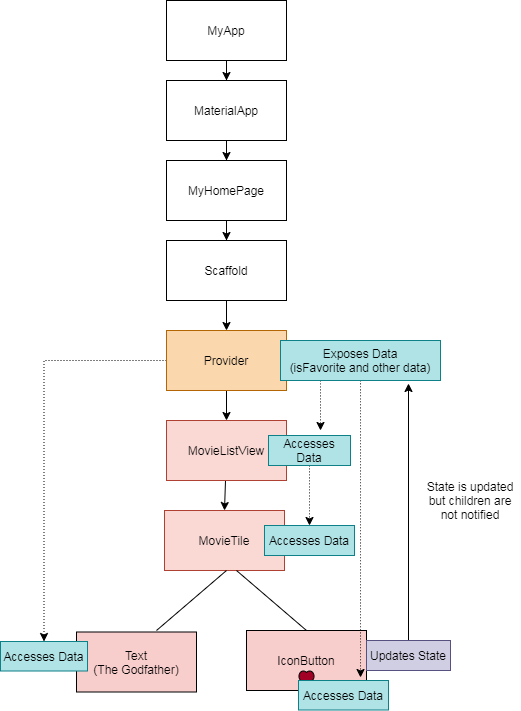
This is flutter/stmang15.png from walkingtree/images, a draw.io export, as it was before one commit. Source tidied: cells renumbered, new cells last; positions are measured from the earlier drawing's top-left corner, leaving out a move shared by most shapes. Source of this version:
```xml
<mxGraphModel>
  <root>
    <mxCell id="0" />
    <mxCell id="1" parent="0" />
    <mxCell id="2" style="edgeStyle=none;rounded=0;jettySize=auto;html=1;entryX=0.5;entryY=0;entryDx=0;entryDy=0;strokeWidth=1;" parent="1" edge="1" source="3" target="7">
      <mxGeometry relative="1" as="geometry" />
    </mxCell>
    <mxCell id="3" value="MovieListView" style="whiteSpace=wrap;html=1;sketch=0;comic=0;backgroundOutline=0;labelBackgroundColor=none;labelBorderColor=none;fillColor=#fad9d5;strokeColor=#ae4132;" parent="1" vertex="1">
      <mxGeometry x="166" y="420" width="120" height="60" as="geometry" />
    </mxCell>
    <mxCell id="4" value="Text&lt;br&gt;(The Godfather)" style="whiteSpace=wrap;html=1;fillColor=#f8cecc;sketch=0;comic=0;backgroundOutline=0;labelBackgroundColor=none;labelBorderColor=none;" parent="1" vertex="1">
      <mxGeometry x="76" y="631.5" width="120" height="60" as="geometry" />
    </mxCell>
    <mxCell id="5" value="IconButton&lt;br&gt;" style="whiteSpace=wrap;html=1;fillColor=#f8cecc;sketch=0;comic=0;backgroundOutline=0;labelBackgroundColor=none;labelBorderColor=none;" parent="1" vertex="1">
      <mxGeometry x="246" y="630" width="120" height="60" as="geometry" />
    </mxCell>
    <mxCell id="6" style="edgeStyle=orthogonalEdgeStyle;curved=1;rounded=0;jettySize=auto;html=1;exitX=0.5;exitY=0;exitDx=0;exitDy=0;dashed=1;dashPattern=1 2;strokeWidth=1;" parent="1" edge="1" source="7">
      <mxGeometry relative="1" as="geometry">
        <mxPoint x="224" y="510" as="targetPoint" />
      </mxGeometry>
    </mxCell>
    <mxCell id="7" value="MovieTile" style="whiteSpace=wrap;html=1;fillColor=#fad9d5;sketch=0;comic=0;backgroundOutline=0;labelBackgroundColor=none;labelBorderColor=none;strokeColor=#ae4132;" parent="1" vertex="1">
      <mxGeometry x="164" y="510" width="120" height="60" as="geometry" />
    </mxCell>
    <mxCell id="8" style="endArrow=none;html=1;sketch=0;comic=0;backgroundOutline=0;labelBackgroundColor=none;labelBorderColor=none;" parent="1" edge="1">
      <mxGeometry relative="1" as="geometry">
        <mxPoint x="156" y="630" as="sourcePoint" />
        <mxPoint x="226" y="570" as="targetPoint" />
      </mxGeometry>
    </mxCell>
    <mxCell id="9" style="endArrow=none;html=1;exitX=0.5;exitY=0;exitDx=0;exitDy=0;sketch=0;comic=0;backgroundOutline=0;labelBackgroundColor=none;labelBorderColor=none;" parent="1" edge="1" source="5">
      <mxGeometry relative="1" as="geometry">
        <mxPoint x="236" y="570" as="targetPoint" />
      </mxGeometry>
    </mxCell>
    <mxCell id="10" style="verticalLabelPosition=bottom;verticalAlign=top;html=1;shape=mxgraph.basic.heart;fillColor=#a20025;fontColor=#ffffff;sketch=0;comic=0;backgroundOutline=0;labelBackgroundColor=none;labelBorderColor=none;" parent="1" vertex="1">
      <mxGeometry x="298" y="670" width="16" height="17" as="geometry" />
    </mxCell>
    <mxCell id="11" value="Accesses Data" style="rounded=0;whiteSpace=wrap;html=1;labelBackgroundColor=none;strokeColor=#0e8088;fillColor=#b0e3e6;" parent="1" vertex="1">
      <mxGeometry y="641" width="87" height="29.5" as="geometry" />
    </mxCell>
    <mxCell id="12" style="edgeStyle=orthogonalEdgeStyle;rounded=0;jettySize=auto;html=1;entryX=0.5;entryY=0;entryDx=0;entryDy=0;" parent="1" edge="1" source="13" target="15">
      <mxGeometry relative="1" as="geometry" />
    </mxCell>
    <mxCell id="13" value="MyApp" style="rounded=0;whiteSpace=wrap;html=1;" parent="1" vertex="1">
      <mxGeometry x="166" width="120" height="60" as="geometry" />
    </mxCell>
    <mxCell id="14" style="edgeStyle=orthogonalEdgeStyle;rounded=0;jettySize=auto;html=1;entryX=0.5;entryY=0;entryDx=0;entryDy=0;" parent="1" edge="1" source="15" target="17">
      <mxGeometry relative="1" as="geometry" />
    </mxCell>
    <mxCell id="15" value="MaterialApp" style="rounded=0;whiteSpace=wrap;html=1;" parent="1" vertex="1">
      <mxGeometry x="166" y="80" width="120" height="60" as="geometry" />
    </mxCell>
    <mxCell id="16" style="edgeStyle=orthogonalEdgeStyle;rounded=0;jettySize=auto;html=1;entryX=0.5;entryY=0;entryDx=0;entryDy=0;" parent="1" edge="1" source="17" target="19">
      <mxGeometry relative="1" as="geometry" />
    </mxCell>
    <mxCell id="17" value="MyHomePage" style="rounded=0;whiteSpace=wrap;html=1;" parent="1" vertex="1">
      <mxGeometry x="166" y="160" width="120" height="60" as="geometry" />
    </mxCell>
    <mxCell id="18" style="edgeStyle=orthogonalEdgeStyle;rounded=0;jettySize=auto;html=1;entryX=0.5;entryY=0;entryDx=0;entryDy=0;" parent="1" edge="1" source="19" target="22">
      <mxGeometry relative="1" as="geometry" />
    </mxCell>
    <mxCell id="19" value="Scaffold" style="rounded=0;whiteSpace=wrap;html=1;" parent="1" vertex="1">
      <mxGeometry x="166" y="240" width="120" height="60" as="geometry" />
    </mxCell>
    <mxCell id="20" style="edgeStyle=orthogonalEdgeStyle;rounded=0;jettySize=auto;html=1;entryX=0.5;entryY=0;entryDx=0;entryDy=0;" parent="1" edge="1" source="22" target="3">
      <mxGeometry relative="1" as="geometry" />
    </mxCell>
    <mxCell id="21" style="edgeStyle=orthogonalEdgeStyle;rounded=0;jettySize=auto;html=1;dashed=1;dashPattern=1 2;entryX=0.5;entryY=0;entryDx=0;entryDy=0;" parent="1" edge="1" source="22" target="11">
      <mxGeometry relative="1" as="geometry" />
    </mxCell>
    <mxCell id="22" value="Provider" style="rounded=0;whiteSpace=wrap;html=1;fillColor=#fad7ac;strokeColor=#b46504;" parent="1" vertex="1">
      <mxGeometry x="166" y="330" width="120" height="60" as="geometry" />
    </mxCell>
    <mxCell id="23" style="edgeStyle=orthogonalEdgeStyle;curved=1;rounded=0;jettySize=auto;html=1;dashed=1;dashPattern=1 2;entryX=0.689;entryY=-0.102;entryDx=0;entryDy=0;entryPerimeter=0;" parent="1" edge="1" source="25" target="26">
      <mxGeometry relative="1" as="geometry" />
    </mxCell>
    <mxCell id="24" style="edgeStyle=orthogonalEdgeStyle;curved=1;rounded=0;jettySize=auto;html=1;exitX=0.25;exitY=1;exitDx=0;exitDy=0;dashed=1;dashPattern=1 2;strokeWidth=1;" parent="1" edge="1" source="25">
      <mxGeometry relative="1" as="geometry">
        <mxPoint x="320" y="430" as="targetPoint" />
      </mxGeometry>
    </mxCell>
    <mxCell id="25" value="Exposes Data&lt;br&gt;(isFavorite and other data)" style="rounded=0;whiteSpace=wrap;html=1;fillColor=#b0e3e6;strokeColor=#0e8088;" parent="1" vertex="1">
      <mxGeometry x="280" y="340" width="160" height="40" as="geometry" />
    </mxCell>
    <mxCell id="26" value="Accesses Data" style="rounded=0;whiteSpace=wrap;html=1;fillColor=#b0e3e6;strokeColor=#0e8088;" parent="1" vertex="1">
      <mxGeometry x="298" y="680" width="90" height="29.5" as="geometry" />
    </mxCell>
    <mxCell id="27" value="Accesses Data" style="rounded=0;whiteSpace=wrap;html=1;fillColor=#b0e3e6;strokeColor=#0e8088;" parent="1" vertex="1">
      <mxGeometry x="264" y="525" width="90" height="30" as="geometry" />
    </mxCell>
    <mxCell id="28" style="edgeStyle=orthogonalEdgeStyle;curved=1;rounded=0;jettySize=auto;html=1;entryX=0.5;entryY=0;entryDx=0;entryDy=0;dashed=1;dashPattern=1 2;strokeWidth=1;" parent="1" edge="1" source="29" target="27">
      <mxGeometry relative="1" as="geometry" />
    </mxCell>
    <mxCell id="29" value="Accesses Data" style="rounded=0;whiteSpace=wrap;html=1;fillColor=#b0e3e6;strokeColor=#0e8088;" parent="1" vertex="1">
      <mxGeometry x="268" y="435" width="82" height="30" as="geometry" />
    </mxCell>
    <mxCell id="30" style="edgeStyle=orthogonalEdgeStyle;curved=1;rounded=0;jettySize=auto;html=1;exitX=0.5;exitY=0;exitDx=0;exitDy=0;entryX=0.8;entryY=1.075;entryDx=0;entryDy=0;entryPerimeter=0;strokeWidth=1;" parent="1" edge="1" source="31" target="25">
      <mxGeometry relative="1" as="geometry" />
    </mxCell>
    <mxCell id="31" value="Updates State" style="rounded=0;whiteSpace=wrap;html=1;fillColor=#d0cee2;strokeColor=#56517e;" parent="1" vertex="1">
      <mxGeometry x="366" y="640" width="84" height="30" as="geometry" />
    </mxCell>
    <mxCell id="32" value="State is updated but children are not notified" style="text;html=1;strokeColor=none;fillColor=none;align=center;verticalAlign=middle;whiteSpace=wrap;rounded=0;" parent="1" vertex="1">
      <mxGeometry x="420" y="470" width="100" height="60" as="geometry" />
    </mxCell>
  </root>
</mxGraphModel>
```
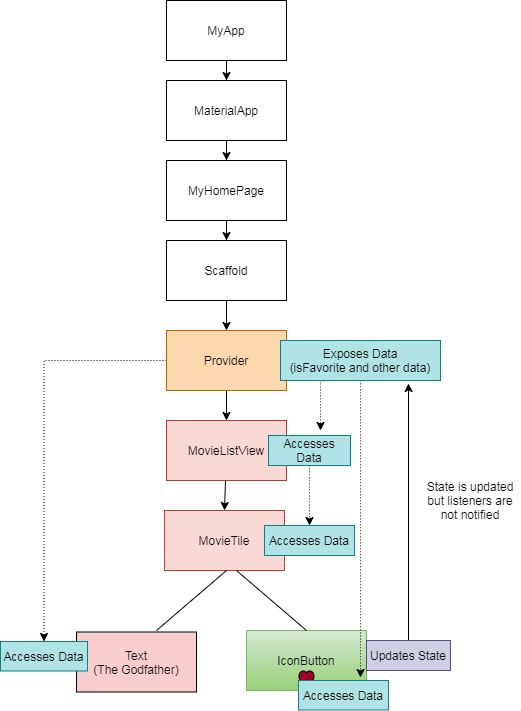
Above is the later version.

The edit, as a diff of the source:
```diff
@@ -11,7 +11,7 @@
     <mxCell id="4" value="Text&lt;br&gt;(The Godfather)" style="whiteSpace=wrap;html=1;fillColor=#f8cecc;sketch=0;comic=0;backgroundOutline=0;labelBackgroundColor=none;labelBorderColor=none;" parent="1" vertex="1">
       <mxGeometry x="76" y="631.5" width="120" height="60" as="geometry" />
     </mxCell>
-    <mxCell id="5" value="IconButton&lt;br&gt;" style="whiteSpace=wrap;html=1;fillColor=#f8cecc;sketch=0;comic=0;backgroundOutline=0;labelBackgroundColor=none;labelBorderColor=none;" parent="1" vertex="1">
+    <mxCell id="5" value="IconButton&lt;br&gt;" style="whiteSpace=wrap;html=1;fillColor=#d5e8d4;sketch=0;comic=0;backgroundOutline=0;labelBackgroundColor=none;labelBorderColor=none;gradientColor=#97d077;strokeColor=#82b366;" parent="1" vertex="1">
       <mxGeometry x="246" y="630" width="120" height="60" as="geometry" />
     </mxCell>
     <mxCell id="6" style="edgeStyle=orthogonalEdgeStyle;curved=1;rounded=0;jettySize=auto;html=1;exitX=0.5;exitY=0;exitDx=0;exitDy=0;dashed=1;dashPattern=1 2;strokeWidth=1;" parent="1" edge="1" source="7">
@@ -101,7 +101,7 @@
     <mxCell id="31" value="Updates State" style="rounded=0;whiteSpace=wrap;html=1;fillColor=#d0cee2;strokeColor=#56517e;" parent="1" vertex="1">
       <mxGeometry x="366" y="640" width="84" height="30" as="geometry" />
     </mxCell>
-    <mxCell id="32" value="State is updated but children are not notified" style="text;html=1;strokeColor=none;fillColor=none;align=center;verticalAlign=middle;whiteSpace=wrap;rounded=0;" parent="1" vertex="1">
+    <mxCell id="32" value="State is updated but listeners are not notified" style="text;html=1;strokeColor=none;fillColor=none;align=center;verticalAlign=middle;whiteSpace=wrap;rounded=0;" parent="1" vertex="1">
       <mxGeometry x="420" y="470" width="100" height="60" as="geometry" />
     </mxCell>
   </root>
```
